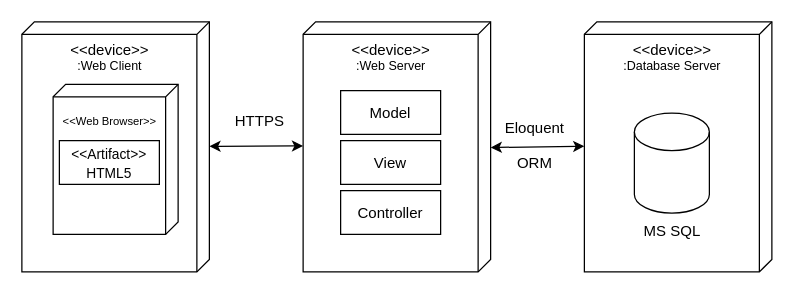
The draw.io diagram Requirements/StaticModel/DeploymentDiagram.drawio in KavomanyOrganization/MovieList, before the edit. Source tidied: cells renumbered, new cells numbered last; positions are measured from the earlier drawing's top-left corner, leaving out a move shared by most shapes. Both pictures are drawn from the tidied source at 125%, with x=0, y=0 at pixel (21, 21).
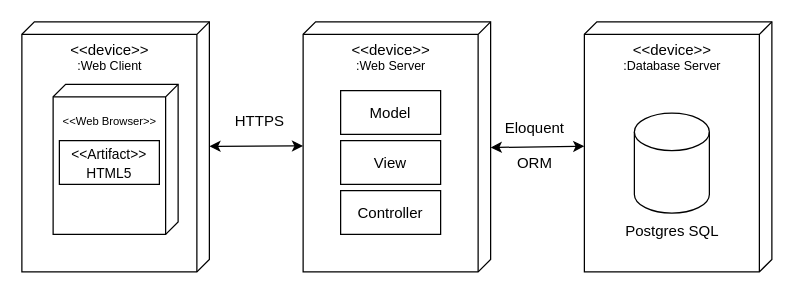
The same page after the edit.

Commit message (it also covers changes not shown here):
Update DeploymentDiagram.drawio for improved structure and clarity

Diff of the diagram source:
```diff
@@
-    <mxCell id="23" value="MS SQL" style="text;html=1;align=center;verticalAlign=middle;strokeColor=none;fillColor=none;" parent="1" vertex="1">
-      <mxGeometry x="485" y="153" width="70" height="30" as="geometry" />
+    <mxCell id="23" value="Postgres SQL" style="text;html=1;align=center;verticalAlign=middle;strokeColor=none;fillColor=none;" parent="1" vertex="1">
+      <mxGeometry x="470" y="153" width="100" height="30" as="geometry" />
     </mxCell>
```
